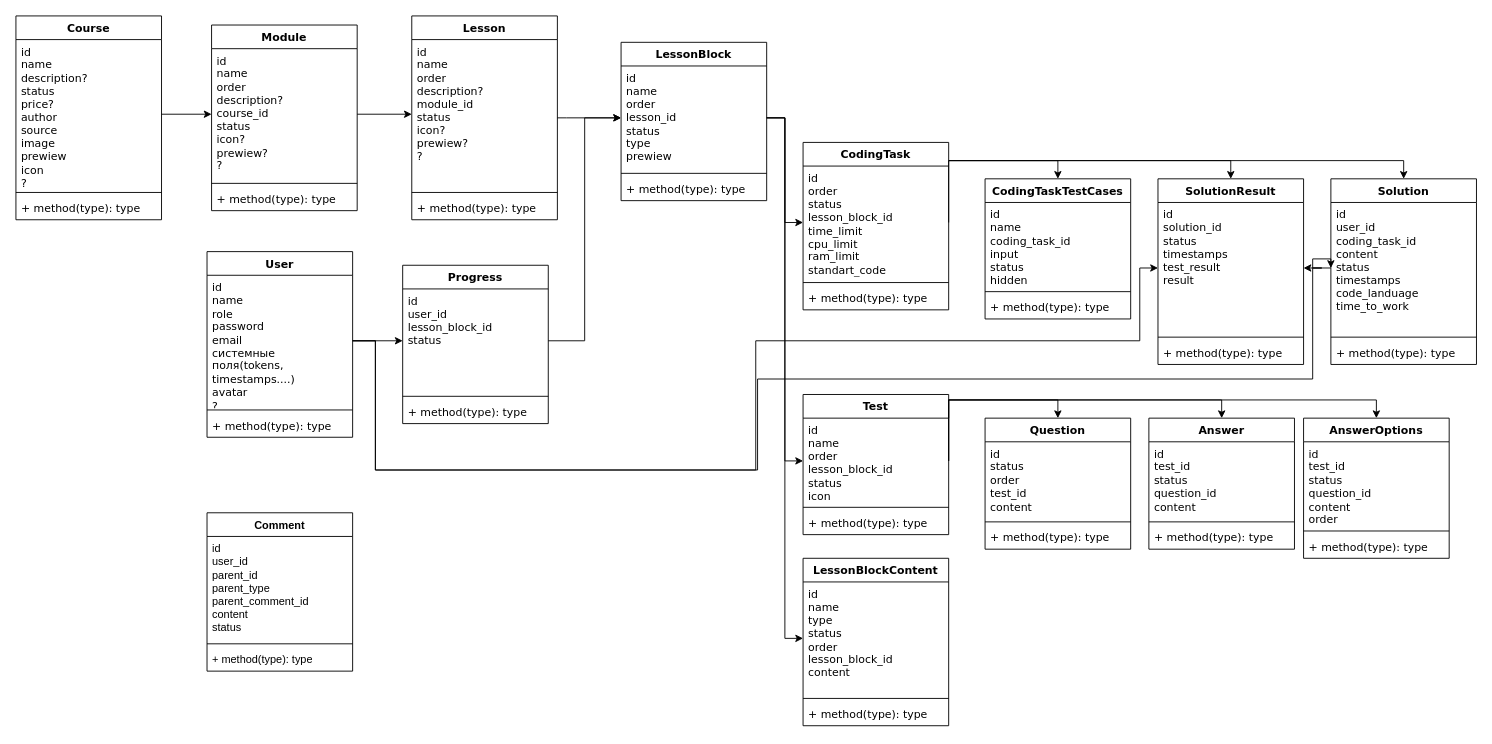
Above: diagrams/class.drawio in Saidosik/Diplom (draw.io), before the change. Source tidied: cells renumbered, new cells numbered last; positions are measured from the earlier drawing's top-left corner, leaving out a move shared by most shapes. Both pictures are drawn from the tidied source at 91%, with x=0, y=0 at pixel (15, 15).
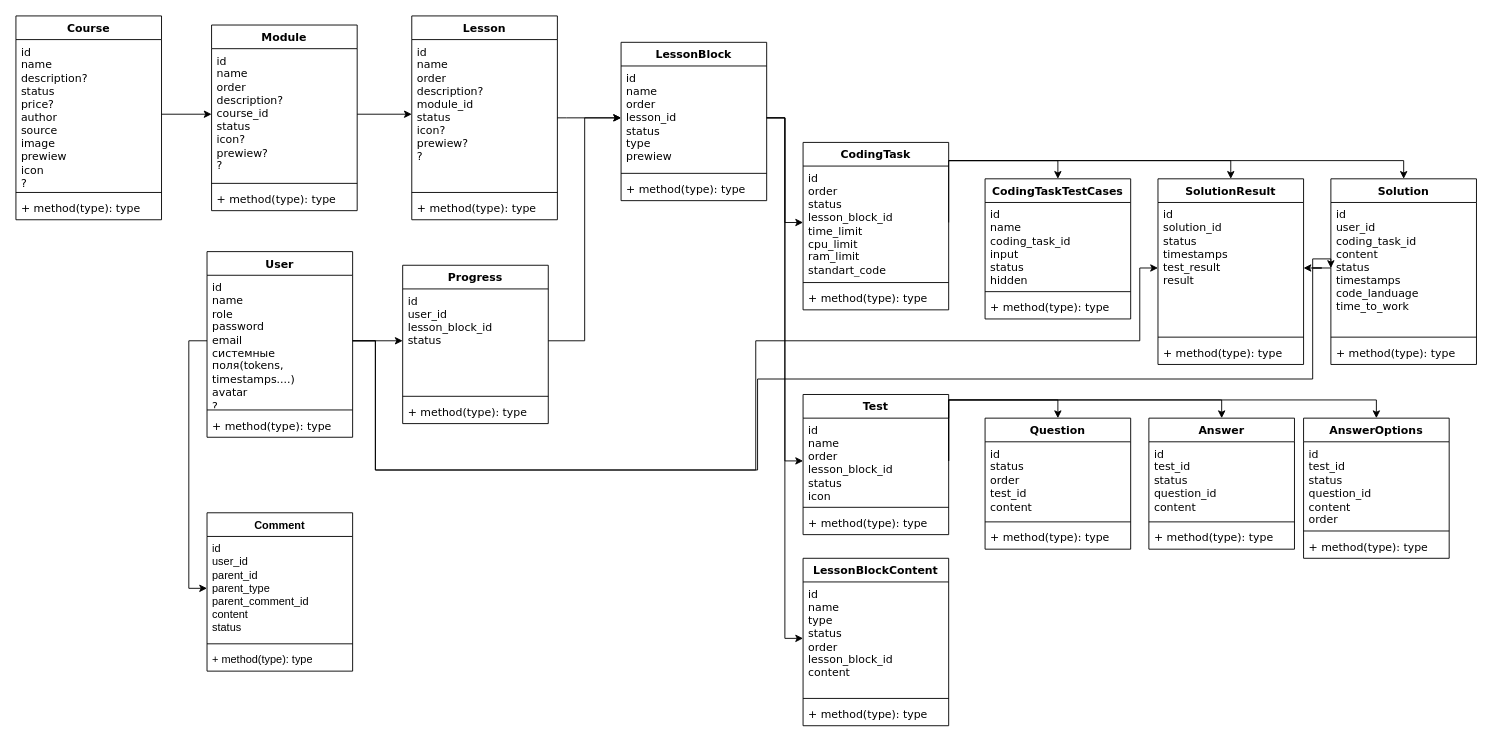
The same diagram, later.

The change refers to these unchanged cells:
```xml
<mxCell id="3" value="id&lt;br&gt;name&lt;br&gt;role&lt;br&gt;password&lt;br&gt;email&lt;br&gt;системные поля(tokens, timestamps....)&lt;div&gt;avatar&lt;br&gt;?&lt;/div&gt;" style="text;strokeColor=none;fillColor=none;align=left;verticalAlign=top;spacingLeft=4;spacingRight=4;overflow=hidden;points=[[0,0.5],[1,0.5]];portConstraint=eastwest;whiteSpace=wrap;html=1;labelBackgroundColor=none;rounded=0;fontFamily=Verdana;" parent="2" vertex="1">
  <mxGeometry y="26" width="160" height="144" as="geometry" />
</mxCell>
<mxCell id="79" value="id&lt;br&gt;user_id&lt;br&gt;parent_id&lt;div&gt;parent_type&lt;br&gt;&lt;div&gt;parent_comment_id&lt;/div&gt;&lt;/div&gt;&lt;div&gt;content&lt;/div&gt;&lt;div&gt;status&lt;/div&gt;" style="text;strokeColor=none;fillColor=none;align=left;verticalAlign=top;spacingLeft=4;spacingRight=4;overflow=hidden;points=[[0,0.5],[1,0.5]];portConstraint=eastwest;whiteSpace=wrap;html=1;" parent="78" vertex="1">
  <mxGeometry y="26" width="160" height="114" as="geometry" />
</mxCell>
```

What changed in the source:
```diff
@@
+    <mxCell id="83" style="edgeStyle=orthogonalEdgeStyle;rounded=0;jettySize=auto;html=1;entryX=0;entryY=0.5;entryDx=0;entryDy=0;" parent="1" edge="1" source="3" target="79">
+      <mxGeometry relative="1" as="geometry" />
+    </mxCell>
```
